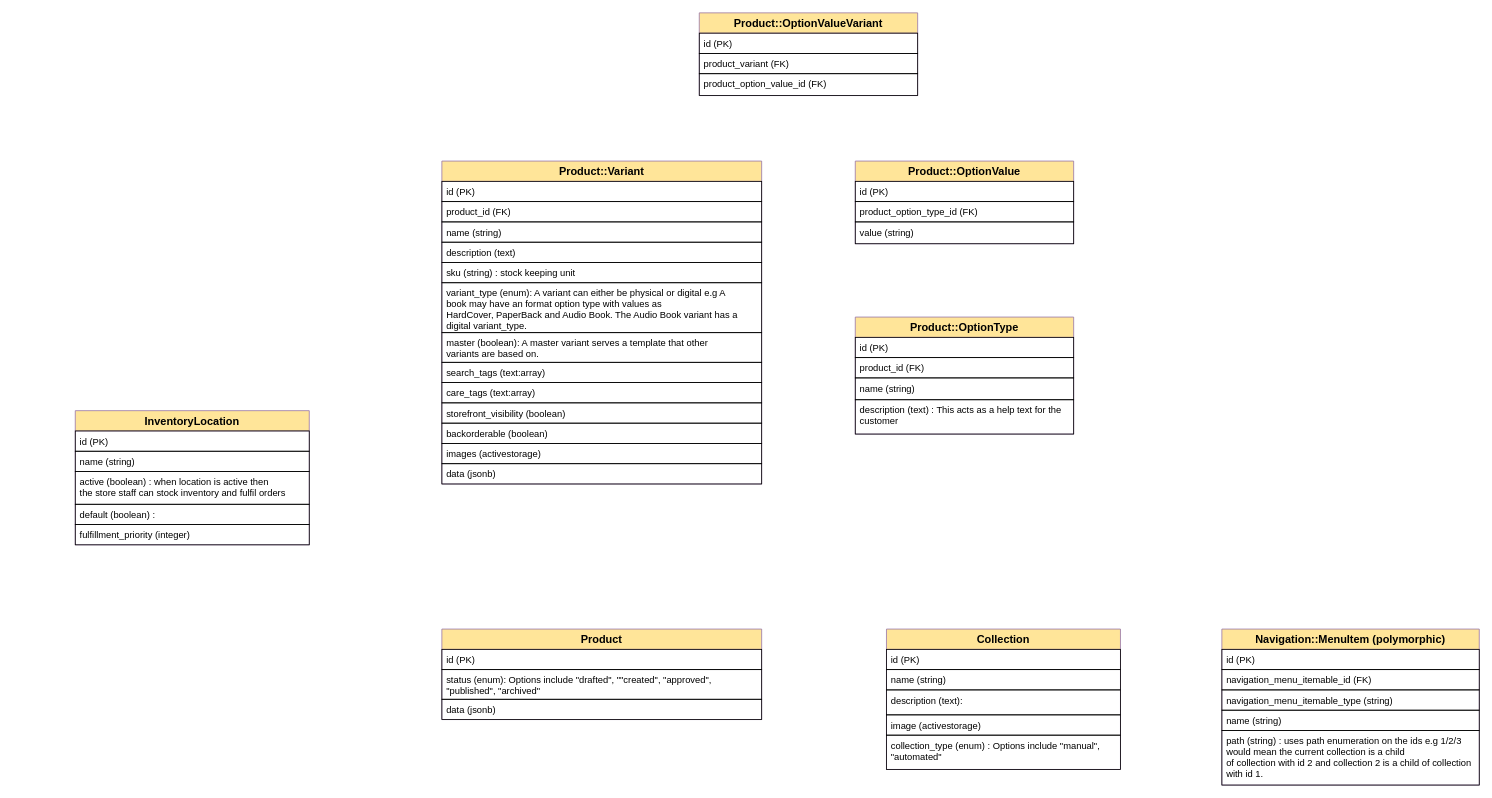
philip-maina/soko keeps this draw.io diagram as soko-erd.drawio. Above is the earlier version. Source tidied: cells renumbered, new cells numbered last; positions are measured from the earlier drawing's top-left corner, leaving out a move shared by most shapes. Both pictures are drawn from the tidied source at 78%, with x=0, y=0 at pixel (75, 12).
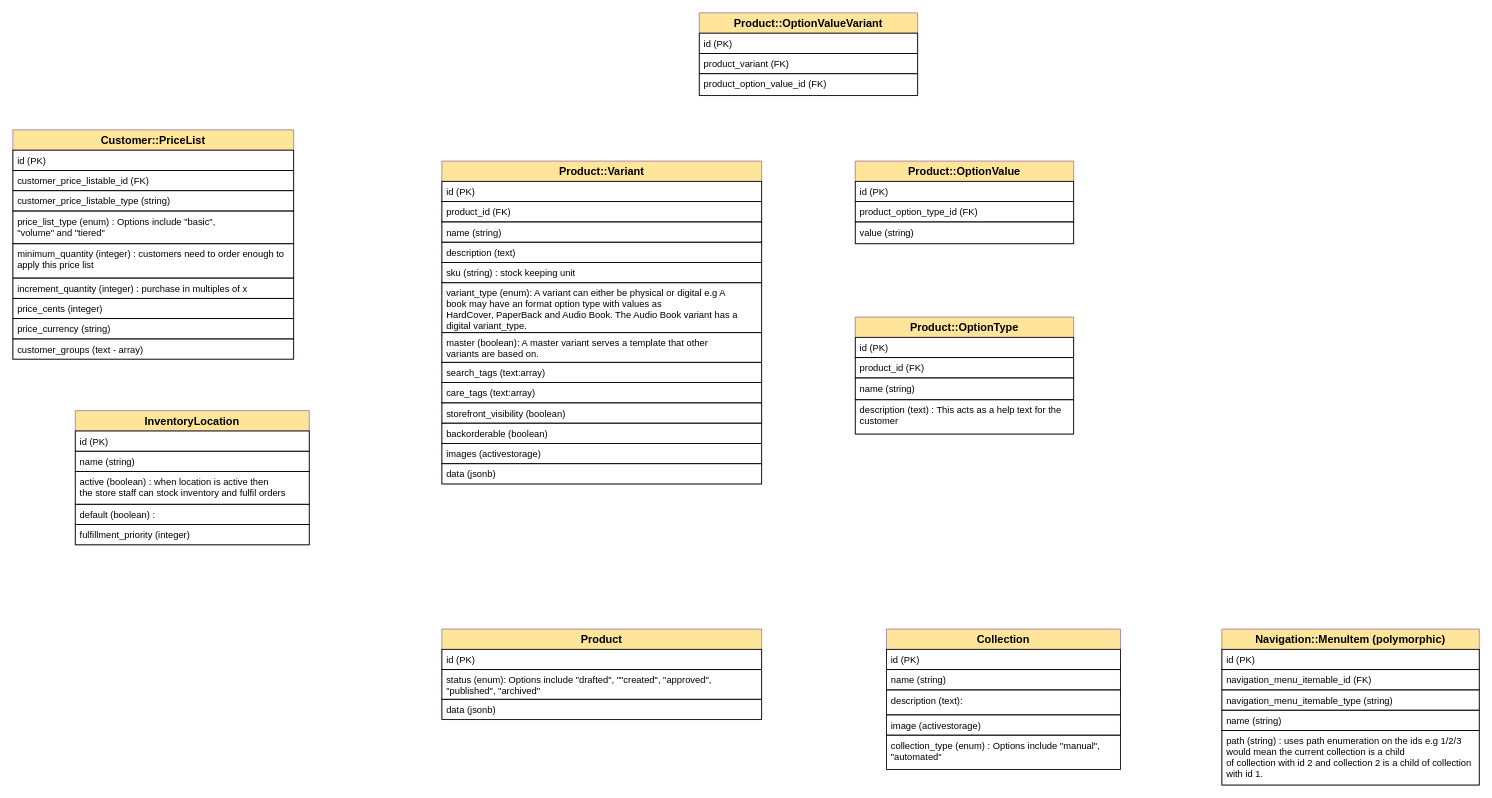
The same diagram, later.

Commit message:
feat (domain modelling) : Added customer price list domain model.

Diff of the diagram source:
```diff
@@
+    <mxCell id="51" value="Customer::PriceList" style="swimlane;fontStyle=1;horizontal=1;startSize=26;align=center;fontSize=14;strokeColor=#9673a6;fillColor=#FFE599;" parent="1" vertex="1">
+      <mxGeometry x="-80" y="150" width="360" height="294" as="geometry" />
+    </mxCell>
+    <mxCell id="52" value="id (PK)" style="text;strokeColor=#000000;fillColor=none;spacingLeft=4;spacingRight=4;overflow=hidden;fontSize=12;" parent="51" vertex="1">
+      <mxGeometry y="26" width="360" height="26" as="geometry" />
+    </mxCell>
+    <mxCell id="53" value="customer_price_listable_id (FK)" style="text;strokeColor=#000000;fillColor=none;spacingLeft=4;spacingRight=4;overflow=hidden;fontSize=12;" parent="51" vertex="1">
+      <mxGeometry y="52" width="360" height="26" as="geometry" />
+    </mxCell>
+    <mxCell id="54" value="customer_price_listable_type (string)" style="text;strokeColor=#000000;fillColor=none;spacingLeft=4;spacingRight=4;overflow=hidden;fontSize=12;" parent="51" vertex="1">
+      <mxGeometry y="78" width="360" height="26" as="geometry" />
+    </mxCell>
+    <mxCell id="55" value="price_list_type (enum) : Options include &quot;basic&quot;, &#10;&quot;volume&quot; and &quot;tiered&quot;" style="text;strokeColor=#000000;fillColor=none;spacingLeft=4;spacingRight=4;overflow=hidden;fontSize=12;" parent="51" vertex="1">
+      <mxGeometry y="104" width="360" height="42" as="geometry" />
+    </mxCell>
+    <mxCell id="56" value="minimum_quantity (integer) : customers need to order enough to &#10;apply this price list" style="text;strokeColor=#000000;fillColor=none;spacingLeft=4;spacingRight=4;overflow=hidden;fontSize=12;" parent="51" vertex="1">
+      <mxGeometry y="146" width="360" height="44" as="geometry" />
+    </mxCell>
+    <mxCell id="57" value="increment_quantity (integer) : purchase in multiples of x" style="text;strokeColor=#000000;fillColor=none;spacingLeft=4;spacingRight=4;overflow=hidden;fontSize=12;" parent="51" vertex="1">
+      <mxGeometry y="190" width="360" height="26" as="geometry" />
+    </mxCell>
+    <mxCell id="58" value="price_cents (integer)" style="text;strokeColor=#000000;fillColor=none;spacingLeft=4;spacingRight=4;overflow=hidden;fontSize=12;" parent="51" vertex="1">
+      <mxGeometry y="216" width="360" height="26" as="geometry" />
+    </mxCell>
+    <mxCell id="59" value="price_currency (string)" style="text;strokeColor=#000000;fillColor=none;spacingLeft=4;spacingRight=4;overflow=hidden;fontSize=12;" parent="51" vertex="1">
+      <mxGeometry y="242" width="360" height="26" as="geometry" />
+    </mxCell>
+    <mxCell id="60" value="customer_groups (text - array) " style="text;strokeColor=#000000;fillColor=none;spacingLeft=4;spacingRight=4;overflow=hidden;fontSize=12;" parent="51" vertex="1">
+      <mxGeometry y="268" width="360" height="26" as="geometry" />
+    </mxCell>
```
